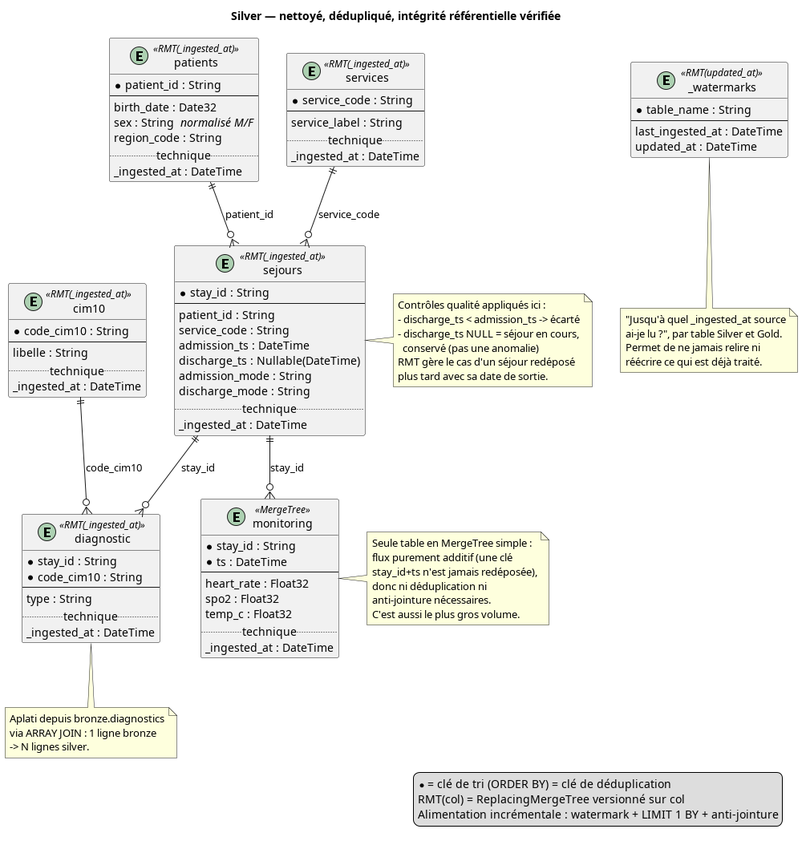
Before: diagrams/silver.png, a diagram exported from PlantUML (Shinobyy/M2-BigData).
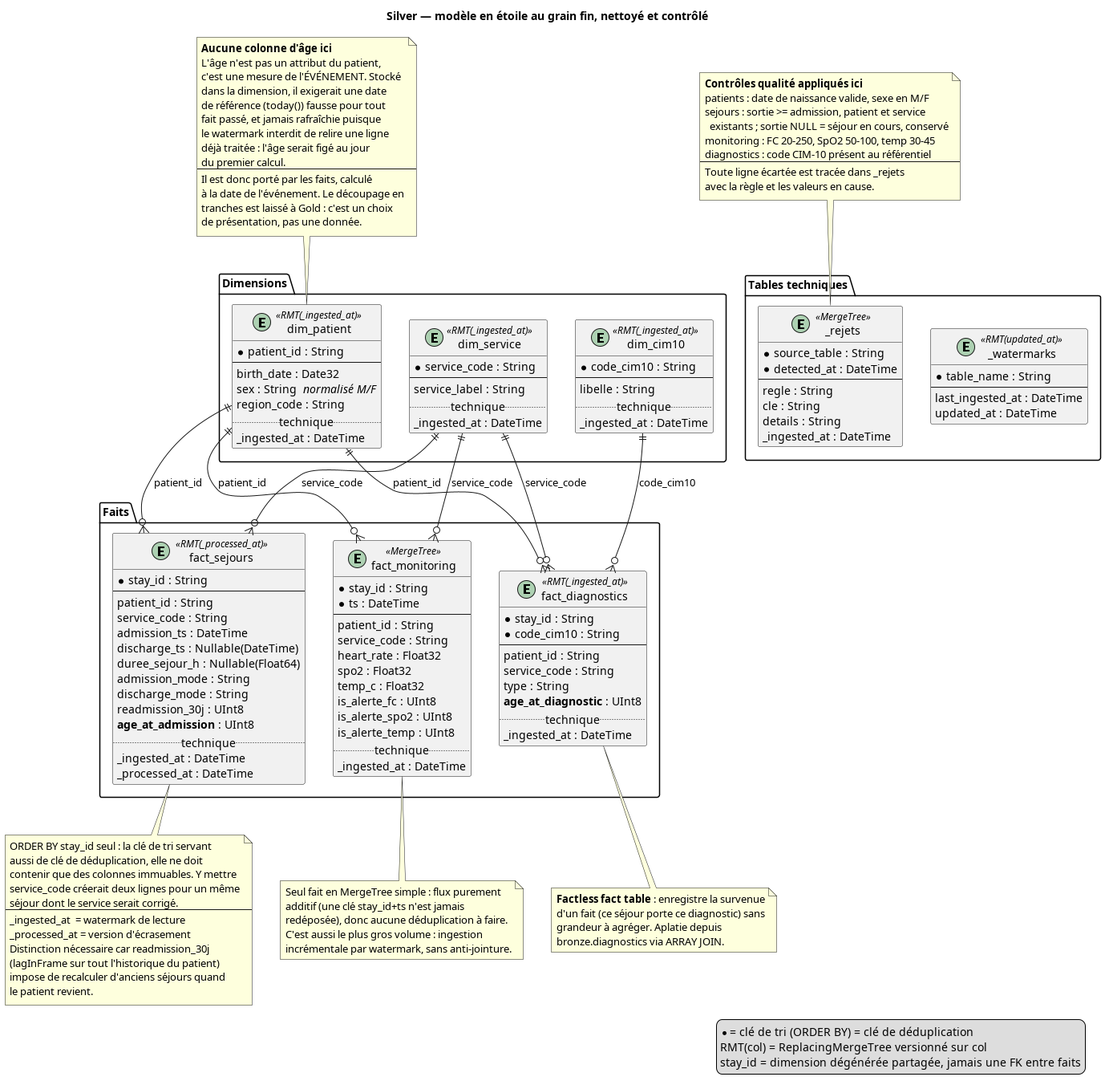
After the change.

Commit message:
Refactor data insertion scripts for Silver and Gold layers

The edit, as a diff of the source:
```diff
@@ -1,114 +1,173 @@
 @startuml silver
 
-title Silver — nettoyé, dédupliqué, intégrité référentielle vérifiée
+title Silver — modèle en étoile au grain fin, nettoyé et contrôlé
 
 legend right
   * = clé de tri (ORDER BY) = clé de déduplication
   RMT(col) = ReplacingMergeTree versionné sur col
-  Alimentation incrémentale : watermark + LIMIT 1 BY + anti-jointure
+  stay_id = dimension dégénérée partagée, jamais une FK entre faits
 end legend
 
-entity patients <<RMT(_ingested_at)>> {
-  * patient_id : String
-  --
-  birth_date : Date32
-  sex : String  <i>normalisé M/F</i>
-  region_code : String
-  .. technique ..
-  _ingested_at : DateTime
+package "Dimensions" {
+  entity dim_patient <<RMT(_ingested_at)>> {
+    * patient_id : String
+    --
+    birth_date : Date32
+    sex : String  <i>normalisé M/F</i>
+    region_code : String
+    .. technique ..
+    _ingested_at : DateTime
+  }
+
+  entity dim_service <<RMT(_ingested_at)>> {
+    * service_code : String
+    --
+    service_label : String
+    .. technique ..
+    _ingested_at : DateTime
+  }
+
+  entity dim_cim10 <<RMT(_ingested_at)>> {
+    * code_cim10 : String
+    --
+    libelle : String
+    .. technique ..
+    _ingested_at : DateTime
+  }
 }
 
-entity sejours <<RMT(_ingested_at)>> {
-  * stay_id : String
-  --
-  patient_id : String
-  service_code : String
-  admission_ts : DateTime
-  discharge_ts : Nullable(DateTime)
-  admission_mode : String
-  discharge_mode : String
-  .. technique ..
-  _ingested_at : DateTime
+package "Faits" {
+  entity fact_sejours <<RMT(_processed_at)>> {
+    * stay_id : String
+    --
+    patient_id : String
+    service_code : String
+    admission_ts : DateTime
+    discharge_ts : Nullable(DateTime)
+    duree_sejour_h : Nullable(Float64)
+    admission_mode : String
+    discharge_mode : String
+    readmission_30j : UInt8
+    <b>age_at_admission</b> : UInt8
+    .. technique ..
+    _ingested_at : DateTime
+    _processed_at : DateTime
+  }
+
+  entity fact_monitoring <<MergeTree>> {
+    * stay_id : String
+    * ts : DateTime
+    --
+    patient_id : String
+    service_code : String
+    heart_rate : Float32
+    spo2 : Float32
+    temp_c : Float32
+    is_alerte_fc : UInt8
+    is_alerte_spo2 : UInt8
+    is_alerte_temp : UInt8
+    .. technique ..
+    _ingested_at : DateTime
+  }
+
+  entity fact_diagnostics <<RMT(_ingested_at)>> {
+    * stay_id : String
+    * code_cim10 : String
+    --
+    patient_id : String
+    service_code : String
+    type : String
+    <b>age_at_diagnostic</b> : UInt8
+    .. technique ..
+    _ingested_at : DateTime
+  }
 }
 
-entity diagnostic <<RMT(_ingested_at)>> {
-  * stay_id : String
-  * code_cim10 : String
-  --
-  type : String
-  .. technique ..
-  _ingested_at : DateTime
+note top of dim_patient
+  <b>Aucune colonne d'âge ici</b>
+  L'âge n'est pas un attribut du patient,
+  c'est une mesure de l'ÉVÉNEMENT. Stocké
+  dans la dimension, il exigerait une date
+  de référence (today()) fausse pour tout
+  fait passé, et jamais rafraîchie puisque
+  le watermark interdit de relire une ligne
+  déjà traitée : l'âge serait figé au jour
+  du premier calcul.
+  ----
+  Il est donc porté par les faits, calculé
+  à la date de l'événement. Le découpage en
+  tranches est laissé à Gold : c'est un choix
+  de présentation, pas une donnée.
+end note
+
+package "Tables techniques" {
+  entity _watermarks <<RMT(updated_at)>> {
+    * table_name : String
+    --
+    last_ingested_at : DateTime
+    updated_at : DateTime
+  }
+
+  entity _rejets <<MergeTree>> {
+    * source_table : String
+    * detected_at : DateTime
+    --
+    regle : String
+    cle : String
+    details : String
+    _ingested_at : DateTime
+  }
 }
 
-entity monitoring <<MergeTree>> {
-  * stay_id : String
-  * ts : DateTime
-  --
-  heart_rate : Float32
-  spo2 : Float32
-  temp_c : Float32
-  .. technique ..
-  _ingested_at : DateTime
-}
+dim_patient ||--o{ fact_sejours : patient_id
+dim_service ||--o{ fact_sejours : service_code
+dim_patient ||--o{ fact_monitoring : patient_id
+dim_service ||--o{ fact_monitoring : service_code
+dim_patient ||--o{ fact_diagnostics : patient_id
+dim_service ||--o{ fact_diagnostics : service_code
+dim_cim10 ||--o{ fact_diagnostics : code_cim10
 
-entity services <<RMT(_ingested_at)>> {
-  * service_code : String
-  --
-  service_label : String
-  .. technique ..
-  _ingested_at : DateTime
-}
+note as N_controles
+  <b>Contrôles qualité appliqués ici</b>
+  patients : date de naissance valide, sexe en M/F
+  sejours : sortie >= admission, patient et service
+    existants ; sortie NULL = séjour en cours, conservé
+  monitoring : FC 20-250, SpO2 50-100, temp 30-45
+  diagnostics : code CIM-10 présent au référentiel
+  ----
+  Toute ligne écartée est tracée dans _rejets
+  avec la règle et les valeurs en cause.
+end note
+N_controles .. _rejets
 
-entity cim10 <<RMT(_ingested_at)>> {
-  * code_cim10 : String
-  --
-  libelle : String
-  .. technique ..
-  _ingested_at : DateTime
-}
-
-entity _watermarks <<RMT(updated_at)>> {
-  * table_name : String
-  --
-  last_ingested_at : DateTime
-  updated_at : DateTime
-}
-
-patients ||--o{ sejours : patient_id
-services ||--o{ sejours : service_code
-sejours ||--o{ diagnostic : stay_id
-sejours ||--o{ monitoring : stay_id
-cim10 ||--o{ diagnostic : code_cim10
-
-note right of monitoring
-  Seule table en MergeTree simple :
-  flux purement additif (une clé
-  stay_id+ts n'est jamais redéposée),
-  donc ni déduplication ni
-  anti-jointure nécessaires.
-  C'est aussi le plus gros volume.
+note bottom of fact_sejours
+  ORDER BY stay_id seul : la clé de tri servant
+  aussi de clé de déduplication, elle ne doit
+  contenir que des colonnes immuables. Y mettre
+  service_code créerait deux lignes pour un même
+  séjour dont le service serait corrigé.
+  ----
+  _ingested_at  = watermark de lecture
+  _processed_at = version d'écrasement
+  Distinction nécessaire car readmission_30j
+  (lagInFrame sur tout l'historique du patient)
+  impose de recalculer d'anciens séjours quand
+  le patient revient.
 end note
 
-note right of sejours
-  Contrôles qualité appliqués ici :
-  - discharge_ts < admission_ts -> écarté
-  - discharge_ts NULL = séjour en cours,
-    conservé (pas une anomalie)
-  RMT gère le cas d'un séjour redéposé
-  plus tard avec sa date de sortie.
+note bottom of fact_monitoring
+  Seul fait en MergeTree simple : flux purement
+  additif (une clé stay_id+ts n'est jamais
+  redéposée), donc aucune déduplication à faire.
+  C'est aussi le plus gros volume : ingestion
+  incrémentale par watermark, sans anti-jointure.
 end note
 
-note bottom of diagnostic
-  Aplati depuis bronze.diagnostics
-  via ARRAY JOIN : 1 ligne bronze
-  -> N lignes silver.
-end note
-
-note bottom of _watermarks
-  "Jusqu'à quel _ingested_at source
-  ai-je lu ?", par table Silver et Gold.
-  Permet de ne jamais relire ni
-  réécrire ce qui est déjà traité.
+note bottom of fact_diagnostics
+  <b>Factless fact table</b> : enregistre la survenue
+  d'un fait (ce séjour porte ce diagnostic) sans
+  grandeur à agréger. Aplatie depuis
+  bronze.diagnostics via ARRAY JOIN.
 end note
 
 @enduml
```
